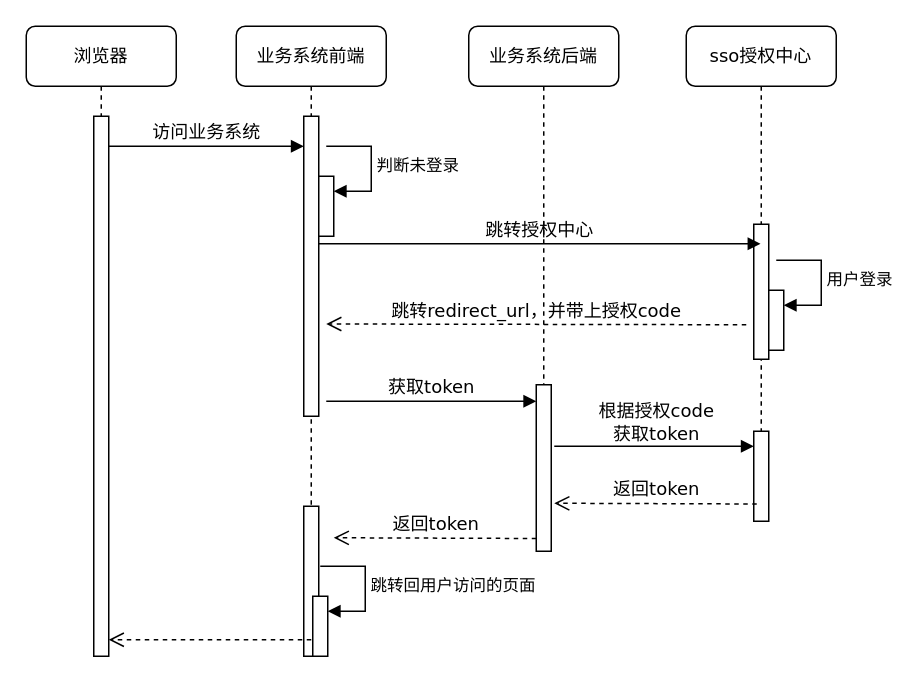
Before: 外网SSO.drawio in vickcan/drawio, a draw.io diagram. Source tidied: cells renumbered, new cells numbered last; positions are measured from the earlier drawing's top-left corner, leaving out a move shared by most shapes. Both pictures are drawn from the tidied source at 150%, with x=0, y=0 at pixel (26, 26).
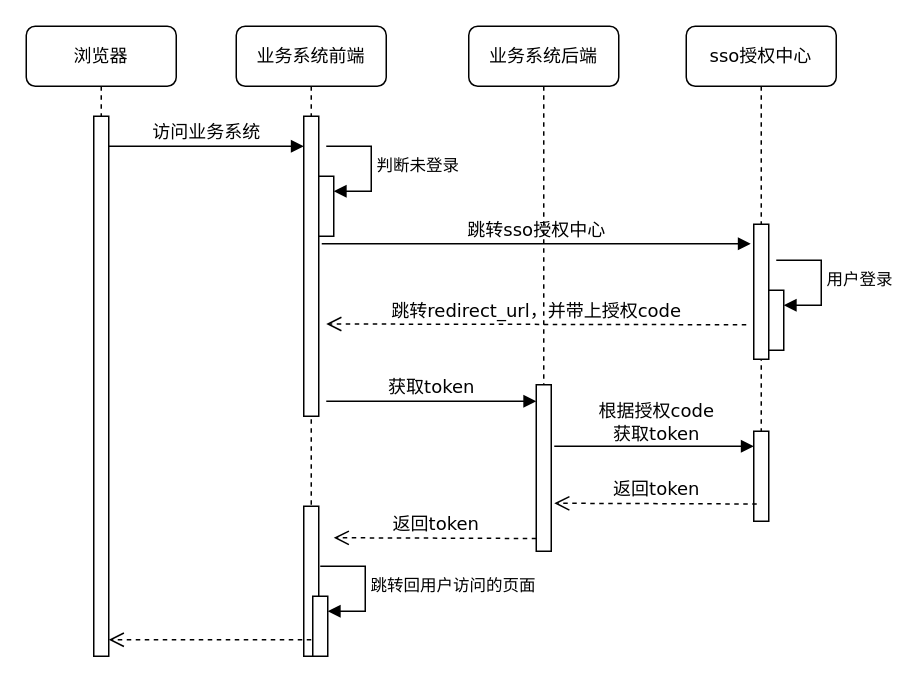
The same diagram, later.

Unchanged cells that the change refers to:
```xml
<mxCell id="4" value="sso授权中心" style="shape=umlLifeline;perimeter=lifelinePerimeter;whiteSpace=wrap;html=1;outlineConnect=0;rounded=1;shadow=0;comic=0;labelBackgroundColor=none;strokeWidth=1;fontFamily=Verdana;fontSize=12;align=center;" parent="1" vertex="1">
  <mxGeometry x="440" width="100" height="330" as="geometry" />
</mxCell>
```

Diff of the diagram source:
```diff
@@
     <mxCell id="2" value="业务系统后端" style="shape=umlLifeline;perimeter=lifelinePerimeter;whiteSpace=wrap;html=1;rounded=1;shadow=0;comic=0;labelBackgroundColor=none;strokeWidth=1;fontFamily=Verdana;fontSize=12;align=center;" parent="1" vertex="1">
-      <mxGeometry x="295" width="100" height="340" as="geometry" />
+      <mxGeometry x="295" width="100" height="350" as="geometry" />
     </mxCell>
@@
-    <mxCell id="14" value="跳转授权中心" style="html=1;verticalAlign=bottom;endArrow=block;labelBackgroundColor=none;fontFamily=Verdana;fontSize=12;edgeStyle=elbowEdgeStyle;elbow=vertical;" parent="1" edge="1" target="4">
+    <mxCell id="14" value="跳转sso授权中心" style="html=1;verticalAlign=bottom;endArrow=block;labelBackgroundColor=none;fontFamily=Verdana;fontSize=12;edgeStyle=elbowEdgeStyle;elbow=vertical;entryX=-0.4;entryY=0.144;entryDx=0;entryDy=0;entryPerimeter=0;" parent="1" edge="1">
       <mxGeometry relative="1" as="geometry">
-        <mxPoint x="195" y="145" as="sourcePoint" />
+        <mxPoint x="197" y="145" as="sourcePoint" />
+        <mxPoint x="483" y="145" as="targetPoint" />
       </mxGeometry>
     </mxCell>
```
